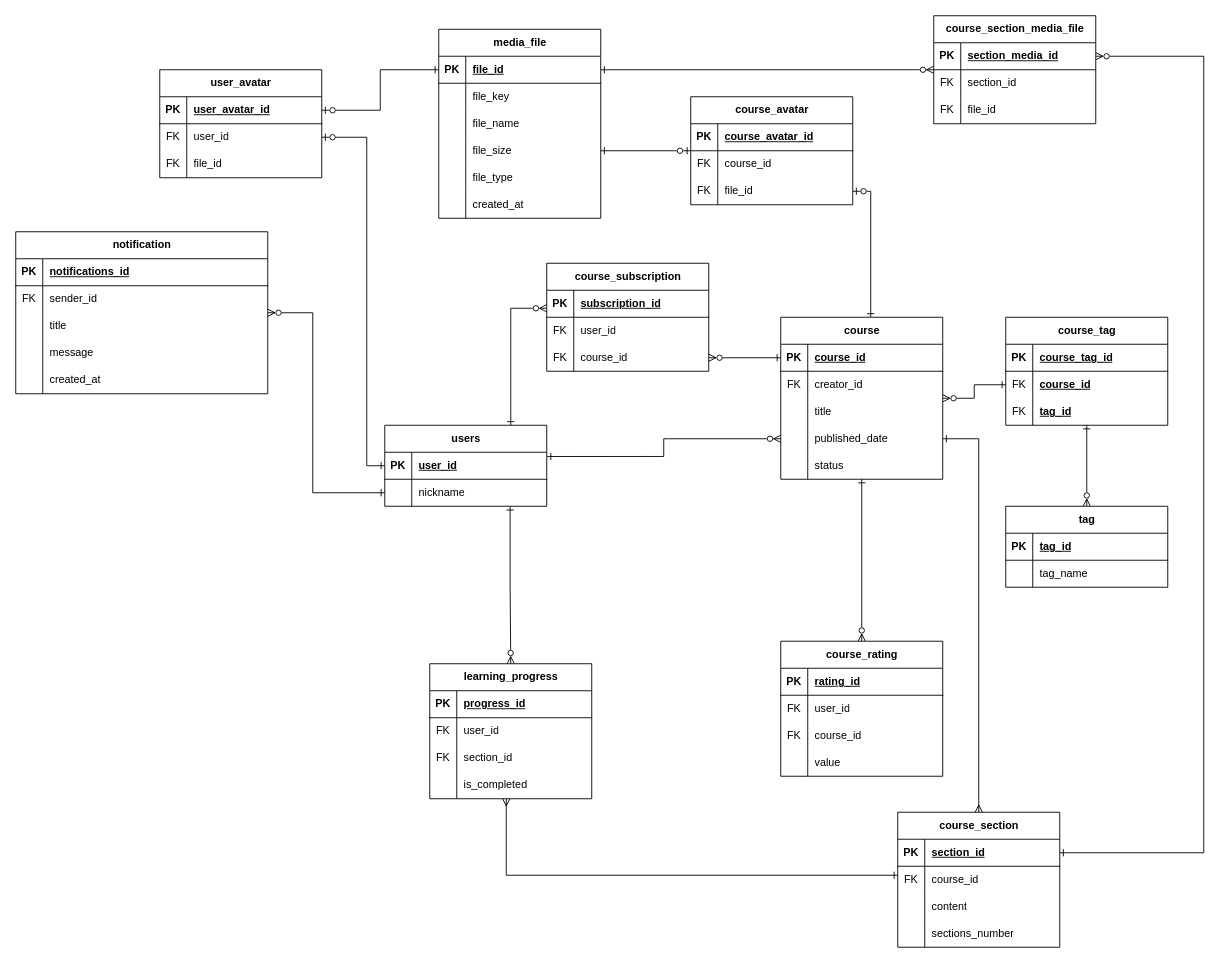
Before: diagrams/ER диаграмма (Entity Relations diagram)/ER diagram.drawio in sahland/9.5-Team, a draw.io diagram. Source tidied: cells renumbered, new cells numbered last; positions are measured from the earlier drawing's top-left corner, leaving out a move shared by most shapes. Both pictures are drawn from the tidied source at 90%, with x=0, y=0 at pixel (15, 15).
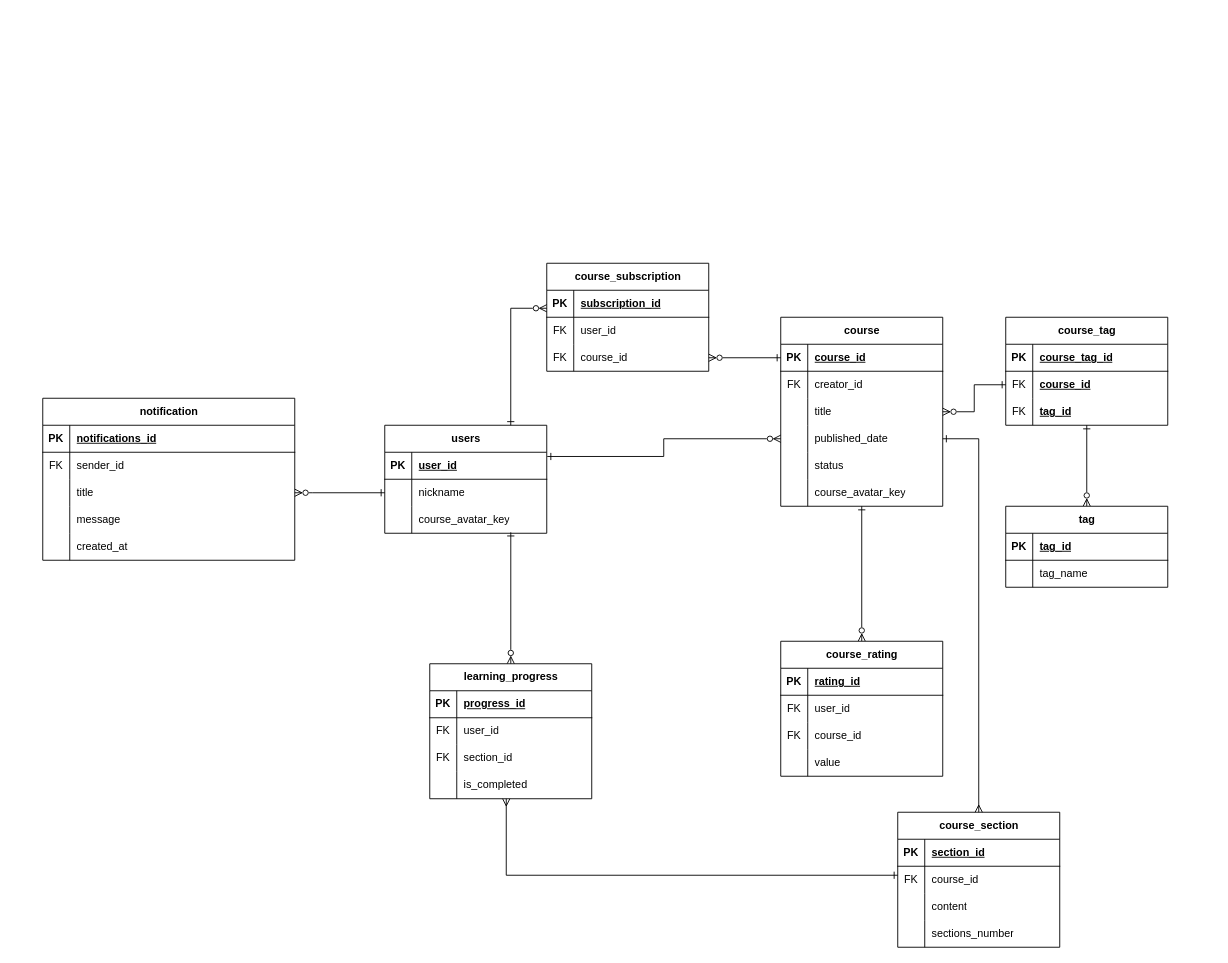
The same page after the edit.

Unchanged cells that the change refers to:
```xml
<mxCell id="5" style="shape=tableRow;horizontal=0;startSize=0;swimlaneHead=0;swimlaneBody=0;fillColor=none;points=[[0,0.5],[1,0.5]];portConstraint=eastwest;top=0;left=0;right=0;bottom=1;" parent="4" vertex="1">
  <mxGeometry y="30" width="180" height="30" as="geometry" />
</mxCell>
<mxCell id="8" style="shape=tableRow;horizontal=0;startSize=0;swimlaneHead=0;swimlaneBody=0;fillColor=none;points=[[0,0.5],[1,0.5]];portConstraint=eastwest;top=0;left=0;right=0;bottom=0;" parent="4" vertex="1">
  <mxGeometry y="60" width="180" height="30" as="geometry" />
</mxCell>
<mxCell id="32" style="shape=tableRow;horizontal=0;startSize=0;swimlaneHead=0;swimlaneBody=0;fillColor=none;points=[[0,0.5],[1,0.5]];portConstraint=eastwest;top=0;left=0;right=0;bottom=1;" parent="31" vertex="1">
  <mxGeometry y="30" width="180" height="30" as="geometry" />
</mxCell>
<mxCell id="67" value="learning_progress" style="shape=table;startSize=30;childLayout=tableLayout;rowLines=0;fontStyle=1;align=center;html=1;" parent="1" vertex="1">
  <mxGeometry x="460" y="720" width="180" height="150" as="geometry" />
</mxCell>
<mxCell id="123" style="shape=tableRow;horizontal=0;startSize=0;swimlaneHead=0;swimlaneBody=0;fillColor=none;points=[[0,0.5],[1,0.5]];portConstraint=eastwest;top=0;left=0;right=0;bottom=0;" parent="116" vertex="1">
  <mxGeometry y="90" width="280" height="30" as="geometry" />
</mxCell>
```

Diff of the diagram source:
```diff
@@
-    <mxCell id="2" style="edgeStyle=orthogonalEdgeStyle;rounded=0;jettySize=auto;html=1;startArrow=ERone;startFill=0;endArrow=ERzeroToMany;endFill=0;exitX=0.774;exitY=1.007;exitDx=0;exitDy=0;exitPerimeter=0;" parent="1" edge="1" source="8" target="67">
+    <mxCell id="2" style="edgeStyle=orthogonalEdgeStyle;rounded=0;jettySize=auto;html=1;startArrow=ERone;startFill=0;endArrow=ERzeroToMany;endFill=0;exitX=0.778;exitY=0.967;exitDx=0;exitDy=0;exitPerimeter=0;" parent="1" edge="1" source="172" target="67">
       <mxGeometry relative="1" as="geometry" />
     </mxCell>
-    <mxCell id="3" style="edgeStyle=orthogonalEdgeStyle;rounded=0;jettySize=auto;html=1;startArrow=ERone;startFill=0;endArrow=ERzeroToOne;endFill=0;entryX=1;entryY=0.5;entryDx=0;entryDy=0;exitX=0;exitY=0.5;exitDx=0;exitDy=0;" parent="1" edge="1" source="5" target="165">
-      <mxGeometry relative="1" as="geometry">
-        <Array as="points">
-          <mxPoint x="390" y="500" />
-        </Array>
-      </mxGeometry>
-    </mxCell>
     <mxCell id="4" value="users" style="shape=table;startSize=30;childLayout=tableLayout;rowLines=0;fontStyle=1;align=center;html=1;" parent="1" vertex="1">
-      <mxGeometry x="410" y="455" width="180" height="90" as="geometry" />
+      <mxGeometry x="410" y="455" width="180" height="120" as="geometry" />
     </mxCell>
@@
+    <mxCell id="172" style="shape=tableRow;horizontal=0;startSize=0;swimlaneHead=0;swimlaneBody=0;fillColor=none;points=[[0,0.5],[1,0.5]];portConstraint=eastwest;top=0;left=0;right=0;bottom=0;" parent="4" vertex="1">
+      <mxGeometry y="90" width="180" height="30" as="geometry" />
+    </mxCell>
+    <mxCell id="173" style="shape=partialRectangle;fillColor=none;top=0;left=0;bottom=0;right=0;overflow=hidden;whiteSpace=wrap;html=1;" parent="172" vertex="1">
+      <mxGeometry width="30" height="30" as="geometry" />
+    </mxCell>
+    <mxCell id="174" value="course_avatar_key" style="shape=partialRectangle;fillColor=none;top=0;left=0;bottom=0;right=0;align=left;spacingLeft=6;overflow=hidden;whiteSpace=wrap;html=1;" parent="172" vertex="1">
+      <mxGeometry x="30" width="150" height="30" as="geometry" />
+    </mxCell>
@@
-    <mxCell id="14" style="edgeStyle=orthogonalEdgeStyle;rounded=0;jettySize=auto;html=1;entryX=1;entryY=0.5;entryDx=0;entryDy=0;endArrow=ERzeroToOne;endFill=0;startArrow=ERone;startFill=0;" parent="1" edge="1" source="15" target="158">
-      <mxGeometry relative="1" as="geometry">
-        <Array as="points">
-          <mxPoint x="950" y="195" />
-        </Array>
-      </mxGeometry>
-    </mxCell>
     <mxCell id="15" value="course" style="shape=table;startSize=30;childLayout=tableLayout;rowLines=0;fontStyle=1;align=center;html=1;" parent="1" vertex="1">
-      <mxGeometry x="850" y="335" width="180" height="180" as="geometry" />
+      <mxGeometry x="850" y="335" width="180" height="210" as="geometry" />
     </mxCell>
@@
+    <mxCell id="100" style="shape=tableRow;horizontal=0;startSize=0;swimlaneHead=0;swimlaneBody=0;fillColor=none;top=0;left=0;right=0;bottom=0;" parent="15" vertex="1">
+      <mxGeometry y="180" width="180" height="30" as="geometry" />
+    </mxCell>
+    <mxCell id="175" style="shape=partialRectangle;fillColor=none;top=0;left=0;bottom=0;right=0;overflow=hidden;whiteSpace=wrap;html=1;" parent="100" vertex="1">
+      <mxGeometry width="30" height="30" as="geometry" />
+    </mxCell>
+    <mxCell id="176" value="course_avatar_key" style="shape=partialRectangle;fillColor=none;top=0;left=0;bottom=0;right=0;align=left;spacingLeft=6;overflow=hidden;whiteSpace=wrap;html=1;" parent="100" vertex="1">
+      <mxGeometry x="30" width="150" height="30" as="geometry" />
+    </mxCell>
@@
-    <mxCell id="84" value="media_file" style="shape=table;startSize=30;childLayout=tableLayout;rowLines=0;fontStyle=1;align=center;html=1;" parent="1" vertex="1">
-      <mxGeometry x="470" y="15" width="180" height="210" as="geometry" />
-    </mxCell>
-    <mxCell id="85" style="shape=tableRow;horizontal=0;startSize=0;swimlaneHead=0;swimlaneBody=0;fillColor=none;points=[[0,0.5],[1,0.5]];portConstraint=eastwest;top=0;left=0;right=0;bottom=1;" parent="84" vertex="1">
-      <mxGeometry y="30" width="180" height="30" as="geometry" />
-    </mxCell>
-    <mxCell id="86" value="PK" style="shape=partialRectangle;fillColor=none;top=0;left=0;bottom=0;right=0;fontStyle=1;overflow=hidden;whiteSpace=wrap;html=1;" parent="85" vertex="1">
-      <mxGeometry width="30" height="30" as="geometry" />
-    </mxCell>
-    <mxCell id="87" value="&lt;div style=&quot;&quot;&gt;file_id&lt;/div&gt;" style="shape=partialRectangle;fillColor=none;top=0;left=0;bottom=0;right=0;align=left;spacingLeft=6;fontStyle=5;overflow=hidden;whiteSpace=wrap;html=1;" parent="85" vertex="1">
-      <mxGeometry x="30" width="150" height="30" as="geometry" />
-    </mxCell>
-    <mxCell id="88" style="shape=tableRow;horizontal=0;startSize=0;swimlaneHead=0;swimlaneBody=0;fillColor=none;top=0;left=0;right=0;bottom=0;" parent="84" vertex="1">
-      <mxGeometry y="60" width="180" height="30" as="geometry" />
-    </mxCell>
-    <mxCell id="89" style="shape=partialRectangle;fillColor=none;top=0;left=0;bottom=0;right=0;overflow=hidden;whiteSpace=wrap;html=1;" parent="88" vertex="1">
-      <mxGeometry width="30" height="30" as="geometry" />
-    </mxCell>
-    <mxCell id="90" value="file_key" style="shape=partialRectangle;fillColor=none;top=0;left=0;bottom=0;right=0;align=left;spacingLeft=6;overflow=hidden;whiteSpace=wrap;html=1;" parent="88" vertex="1">
-      <mxGeometry x="30" width="150" height="30" as="geometry" />
-    </mxCell>
-    <mxCell id="91" style="shape=tableRow;horizontal=0;startSize=0;swimlaneHead=0;swimlaneBody=0;fillColor=none;top=0;left=0;right=0;bottom=0;" parent="84" vertex="1">
-      <mxGeometry y="90" width="180" height="30" as="geometry" />
-    </mxCell>
-    <mxCell id="92" style="shape=partialRectangle;fillColor=none;top=0;left=0;bottom=0;right=0;overflow=hidden;whiteSpace=wrap;html=1;" parent="91" vertex="1">
-      <mxGeometry width="30" height="30" as="geometry" />
-    </mxCell>
-    <mxCell id="93" value="file_name" style="shape=partialRectangle;fillColor=none;top=0;left=0;bottom=0;right=0;align=left;spacingLeft=6;overflow=hidden;whiteSpace=wrap;html=1;" parent="91" vertex="1">
-      <mxGeometry x="30" width="150" height="30" as="geometry" />
-    </mxCell>
-    <mxCell id="94" style="shape=tableRow;horizontal=0;startSize=0;swimlaneHead=0;swimlaneBody=0;fillColor=none;points=[[0,0.5],[1,0.5]];portConstraint=eastwest;top=0;left=0;right=0;bottom=0;" parent="84" vertex="1">
-      <mxGeometry y="120" width="180" height="30" as="geometry" />
-    </mxCell>
-    <mxCell id="95" style="shape=partialRectangle;fillColor=none;top=0;left=0;bottom=0;right=0;overflow=hidden;whiteSpace=wrap;html=1;" parent="94" vertex="1">
-      <mxGeometry width="30" height="30" as="geometry" />
-    </mxCell>
-    <mxCell id="96" value="file_size" style="shape=partialRectangle;fillColor=none;top=0;left=0;bottom=0;right=0;align=left;spacingLeft=6;overflow=hidden;whiteSpace=wrap;html=1;" parent="94" vertex="1">
-      <mxGeometry x="30" width="150" height="30" as="geometry" />
-    </mxCell>
-    <mxCell id="97" style="shape=tableRow;horizontal=0;startSize=0;swimlaneHead=0;swimlaneBody=0;fillColor=none;top=0;left=0;right=0;bottom=0;" parent="84" vertex="1">
-      <mxGeometry y="150" width="180" height="30" as="geometry" />
-    </mxCell>
-    <mxCell id="98" style="shape=partialRectangle;fillColor=none;top=0;left=0;bottom=0;right=0;overflow=hidden;whiteSpace=wrap;html=1;" parent="97" vertex="1">
-      <mxGeometry width="30" height="30" as="geometry" />
-    </mxCell>
-    <mxCell id="99" value="file_type" style="shape=partialRectangle;fillColor=none;top=0;left=0;bottom=0;right=0;align=left;spacingLeft=6;overflow=hidden;whiteSpace=wrap;html=1;" parent="97" vertex="1">
-      <mxGeometry x="30" width="150" height="30" as="geometry" />
-    </mxCell>
-    <mxCell id="100" style="shape=tableRow;horizontal=0;startSize=0;swimlaneHead=0;swimlaneBody=0;fillColor=none;top=0;left=0;right=0;bottom=0;" parent="84" vertex="1">
-      <mxGeometry y="180" width="180" height="30" as="geometry" />
-    </mxCell>
-    <mxCell id="101" style="shape=partialRectangle;fillColor=none;top=0;left=0;bottom=0;right=0;overflow=hidden;whiteSpace=wrap;html=1;" parent="100" vertex="1">
-      <mxGeometry width="30" height="30" as="geometry" />
-    </mxCell>
-    <mxCell id="102" value="created_at" style="shape=partialRectangle;fillColor=none;top=0;left=0;bottom=0;right=0;align=left;spacingLeft=6;overflow=hidden;whiteSpace=wrap;html=1;" parent="100" vertex="1">
-      <mxGeometry x="30" width="150" height="30" as="geometry" />
-    </mxCell>
-    <mxCell id="103" value="course_section_media_file" style="shape=table;startSize=30;childLayout=tableLayout;rowLines=0;fontStyle=1;align=center;html=1;" parent="1" vertex="1">
-      <mxGeometry x="1020" width="180" height="120" as="geometry" />
-    </mxCell>
-    <mxCell id="104" style="shape=tableRow;horizontal=0;startSize=0;swimlaneHead=0;swimlaneBody=0;fillColor=none;points=[[0,0.5],[1,0.5]];portConstraint=eastwest;top=0;left=0;right=0;bottom=1;" parent="103" vertex="1">
-      <mxGeometry y="30" width="180" height="30" as="geometry" />
-    </mxCell>
-    <mxCell id="105" value="PK" style="shape=partialRectangle;fillColor=none;top=0;left=0;bottom=0;right=0;fontStyle=1;overflow=hidden;whiteSpace=wrap;html=1;" parent="104" vertex="1">
-      <mxGeometry width="30" height="30" as="geometry" />
-    </mxCell>
-    <mxCell id="106" value="&lt;div style=&quot;&quot;&gt;section_media_id&lt;br&gt;&lt;/div&gt;" style="shape=partialRectangle;fillColor=none;top=0;left=0;bottom=0;right=0;align=left;spacingLeft=6;fontStyle=5;overflow=hidden;whiteSpace=wrap;html=1;" parent="104" vertex="1">
-      <mxGeometry x="30" width="150" height="30" as="geometry" />
-    </mxCell>
-    <mxCell id="107" style="shape=tableRow;horizontal=0;startSize=0;swimlaneHead=0;swimlaneBody=0;fillColor=none;top=0;left=0;right=0;bottom=0;" parent="103" vertex="1">
-      <mxGeometry y="60" width="180" height="30" as="geometry" />
-    </mxCell>
-    <mxCell id="108" value="FK" style="shape=partialRectangle;fillColor=none;top=0;left=0;bottom=0;right=0;overflow=hidden;whiteSpace=wrap;html=1;" parent="107" vertex="1">
-      <mxGeometry width="30" height="30" as="geometry" />
-    </mxCell>
-    <mxCell id="109" value="section_id" style="shape=partialRectangle;fillColor=none;top=0;left=0;bottom=0;right=0;align=left;spacingLeft=6;overflow=hidden;whiteSpace=wrap;html=1;" parent="107" vertex="1">
-      <mxGeometry x="30" width="150" height="30" as="geometry" />
-    </mxCell>
-    <mxCell id="110" style="shape=tableRow;horizontal=0;startSize=0;swimlaneHead=0;swimlaneBody=0;fillColor=none;top=0;left=0;right=0;bottom=0;" parent="103" vertex="1">
-      <mxGeometry y="90" width="180" height="30" as="geometry" />
-    </mxCell>
-    <mxCell id="111" value="FK" style="shape=partialRectangle;fillColor=none;top=0;left=0;bottom=0;right=0;overflow=hidden;whiteSpace=wrap;html=1;" parent="110" vertex="1">
-      <mxGeometry width="30" height="30" as="geometry" />
-    </mxCell>
-    <mxCell id="112" value="file_id" style="shape=partialRectangle;fillColor=none;top=0;left=0;bottom=0;right=0;align=left;spacingLeft=6;overflow=hidden;whiteSpace=wrap;html=1;" parent="110" vertex="1">
-      <mxGeometry x="30" width="150" height="30" as="geometry" />
-    </mxCell>
-    <mxCell id="113" style="rounded=0;jettySize=auto;html=1;startArrow=ERone;startFill=0;endArrow=ERzeroToMany;endFill=0;edgeStyle=orthogonalEdgeStyle;entryX=1;entryY=0.5;entryDx=0;entryDy=0;" parent="1" edge="1" source="32" target="104">
-      <mxGeometry relative="1" as="geometry">
-        <Array as="points">
-          <mxPoint x="1320" y="930" />
-          <mxPoint x="1320" y="45" />
-        </Array>
-      </mxGeometry>
-    </mxCell>
-    <mxCell id="114" style="edgeStyle=orthogonalEdgeStyle;rounded=0;jettySize=auto;html=1;startArrow=ERzeroToMany;startFill=0;endArrow=ERone;endFill=0;entryX=1;entryY=0.5;entryDx=0;entryDy=0;" parent="1" edge="1" source="103" target="85">
-      <mxGeometry relative="1" as="geometry" />
-    </mxCell>
-    <mxCell id="115" style="edgeStyle=orthogonalEdgeStyle;rounded=0;jettySize=auto;html=1;entryX=0;entryY=0.5;entryDx=0;entryDy=0;startArrow=ERzeroToMany;startFill=0;endArrow=ERone;endFill=0;" parent="1" edge="1" source="116" target="8">
+    <mxCell id="115" style="edgeStyle=orthogonalEdgeStyle;rounded=0;jettySize=auto;html=1;entryX=0;entryY=0.5;entryDx=0;entryDy=0;startArrow=ERzeroToMany;startFill=0;endArrow=ERone;endFill=0;exitX=1;exitY=0.5;exitDx=0;exitDy=0;" parent="1" edge="1" source="123" target="8">
       <mxGeometry relative="1" as="geometry">
         <Array as="points">
-          <mxPoint x="330" y="330" />
+          <mxPoint x="330" y="530" />
           <mxPoint x="330" y="530" />
         </Array>
       </mxGeometry>
     </mxCell>
     <mxCell id="116" value="notification" style="shape=table;startSize=30;childLayout=tableLayout;rowLines=0;fontStyle=1;align=center;html=1;" parent="1" vertex="1">
-      <mxGeometry y="240" width="280" height="180" as="geometry" />
+      <mxGeometry x="30" y="425" width="280" height="180" as="geometry" />
     </mxCell>
@@
-    <mxCell id="150" style="edgeStyle=orthogonalEdgeStyle;rounded=0;jettySize=auto;html=1;entryX=1;entryY=0.5;entryDx=0;entryDy=0;endArrow=ERone;endFill=0;startArrow=ERzeroToOne;startFill=0;" parent="1" edge="1" source="151" target="94">
-      <mxGeometry relative="1" as="geometry" />
-    </mxCell>
-    <mxCell id="151" value="course_avatar" style="shape=table;startSize=30;childLayout=tableLayout;rowLines=0;fontStyle=1;align=center;html=1;" parent="1" vertex="1">
-      <mxGeometry x="750" y="90" width="180" height="120" as="geometry" />
-    </mxCell>
-    <mxCell id="152" style="shape=tableRow;horizontal=0;startSize=0;swimlaneHead=0;swimlaneBody=0;fillColor=none;top=0;left=0;right=0;bottom=1;" parent="151" vertex="1">
-      <mxGeometry y="30" width="180" height="30" as="geometry" />
-    </mxCell>
-    <mxCell id="153" value="PK" style="shape=partialRectangle;fillColor=none;top=0;left=0;bottom=0;right=0;fontStyle=1;overflow=hidden;whiteSpace=wrap;html=1;" parent="152" vertex="1">
-      <mxGeometry width="30" height="30" as="geometry" />
-    </mxCell>
-    <mxCell id="154" value="&lt;div style=&quot;&quot;&gt;&lt;span style=&quot;text-align: center; text-wrap: nowrap; background-color: initial;&quot;&gt;course_avatar&lt;/span&gt;_id&lt;br&gt;&lt;/div&gt;" style="shape=partialRectangle;fillColor=none;top=0;left=0;bottom=0;right=0;align=left;spacingLeft=6;fontStyle=5;overflow=hidden;whiteSpace=wrap;html=1;" parent="152" vertex="1">
-      <mxGeometry x="30" width="150" height="30" as="geometry" />
-    </mxCell>
-    <mxCell id="155" style="shape=tableRow;horizontal=0;startSize=0;swimlaneHead=0;swimlaneBody=0;fillColor=none;top=0;left=0;right=0;bottom=0;" parent="151" vertex="1">
-      <mxGeometry y="60" width="180" height="30" as="geometry" />
-    </mxCell>
-    <mxCell id="156" value="FK" style="shape=partialRectangle;fillColor=none;top=0;left=0;bottom=0;right=0;overflow=hidden;whiteSpace=wrap;html=1;" parent="155" vertex="1">
-      <mxGeometry width="30" height="30" as="geometry" />
-    </mxCell>
-    <mxCell id="157" value="course_id" style="shape=partialRectangle;fillColor=none;top=0;left=0;bottom=0;right=0;align=left;spacingLeft=6;overflow=hidden;whiteSpace=wrap;html=1;" parent="155" vertex="1">
-      <mxGeometry x="30" width="150" height="30" as="geometry" />
-    </mxCell>
-    <mxCell id="158" style="shape=tableRow;horizontal=0;startSize=0;swimlaneHead=0;swimlaneBody=0;fillColor=none;points=[[0,0.5],[1,0.5]];portConstraint=eastwest;top=0;left=0;right=0;bottom=0;" parent="151" vertex="1">
-      <mxGeometry y="90" width="180" height="30" as="geometry" />
-    </mxCell>
-    <mxCell id="159" value="FK" style="shape=partialRectangle;fillColor=none;top=0;left=0;bottom=0;right=0;overflow=hidden;whiteSpace=wrap;html=1;" parent="158" vertex="1">
-      <mxGeometry width="30" height="30" as="geometry" />
-    </mxCell>
-    <mxCell id="160" value="file_id" style="shape=partialRectangle;fillColor=none;top=0;left=0;bottom=0;right=0;align=left;spacingLeft=6;overflow=hidden;whiteSpace=wrap;html=1;" parent="158" vertex="1">
-      <mxGeometry x="30" width="150" height="30" as="geometry" />
-    </mxCell>
-    <mxCell id="161" value="user_avatar" style="shape=table;startSize=30;childLayout=tableLayout;rowLines=0;fontStyle=1;align=center;html=1;" parent="1" vertex="1">
-      <mxGeometry x="160" y="60" width="180" height="120" as="geometry" />
-    </mxCell>
-    <mxCell id="162" style="shape=tableRow;horizontal=0;startSize=0;swimlaneHead=0;swimlaneBody=0;fillColor=none;points=[[0,0.5],[1,0.5]];portConstraint=eastwest;top=0;left=0;right=0;bottom=1;" parent="161" vertex="1">
-      <mxGeometry y="30" width="180" height="30" as="geometry" />
-    </mxCell>
-    <mxCell id="163" value="PK" style="shape=partialRectangle;fillColor=none;top=0;left=0;bottom=0;right=0;fontStyle=1;overflow=hidden;whiteSpace=wrap;html=1;" parent="162" vertex="1">
-      <mxGeometry width="30" height="30" as="geometry" />
-    </mxCell>
-    <mxCell id="164" value="&lt;div style=&quot;&quot;&gt;&lt;span style=&quot;text-align: center; text-wrap: nowrap; background-color: initial;&quot;&gt;user_avatar&lt;/span&gt;_id&lt;br&gt;&lt;/div&gt;" style="shape=partialRectangle;fillColor=none;top=0;left=0;bottom=0;right=0;align=left;spacingLeft=6;fontStyle=5;overflow=hidden;whiteSpace=wrap;html=1;" parent="162" vertex="1">
-      <mxGeometry x="30" width="150" height="30" as="geometry" />
-    </mxCell>
-    <mxCell id="165" style="shape=tableRow;horizontal=0;startSize=0;swimlaneHead=0;swimlaneBody=0;fillColor=none;points=[[0,0.5],[1,0.5]];portConstraint=eastwest;top=0;left=0;right=0;bottom=0;" parent="161" vertex="1">
-      <mxGeometry y="60" width="180" height="30" as="geometry" />
-    </mxCell>
-    <mxCell id="166" value="FK" style="shape=partialRectangle;fillColor=none;top=0;left=0;bottom=0;right=0;overflow=hidden;whiteSpace=wrap;html=1;" parent="165" vertex="1">
-      <mxGeometry width="30" height="30" as="geometry" />
-    </mxCell>
-    <mxCell id="167" value="user_id" style="shape=partialRectangle;fillColor=none;top=0;left=0;bottom=0;right=0;align=left;spacingLeft=6;overflow=hidden;whiteSpace=wrap;html=1;" parent="165" vertex="1">
-      <mxGeometry x="30" width="150" height="30" as="geometry" />
-    </mxCell>
-    <mxCell id="168" style="shape=tableRow;horizontal=0;startSize=0;swimlaneHead=0;swimlaneBody=0;fillColor=none;top=0;left=0;right=0;bottom=0;" parent="161" vertex="1">
-      <mxGeometry y="90" width="180" height="30" as="geometry" />
-    </mxCell>
-    <mxCell id="169" value="FK" style="shape=partialRectangle;fillColor=none;top=0;left=0;bottom=0;right=0;overflow=hidden;whiteSpace=wrap;html=1;" parent="168" vertex="1">
-      <mxGeometry width="30" height="30" as="geometry" />
-    </mxCell>
-    <mxCell id="170" value="file_id" style="shape=partialRectangle;fillColor=none;top=0;left=0;bottom=0;right=0;align=left;spacingLeft=6;overflow=hidden;whiteSpace=wrap;html=1;" parent="168" vertex="1">
-      <mxGeometry x="30" width="150" height="30" as="geometry" />
-    </mxCell>
-    <mxCell id="171" style="edgeStyle=orthogonalEdgeStyle;rounded=0;jettySize=auto;html=1;entryX=0;entryY=0.5;entryDx=0;entryDy=0;endArrow=ERone;endFill=0;startArrow=ERzeroToOne;startFill=0;exitX=1;exitY=0.5;exitDx=0;exitDy=0;" parent="1" edge="1" source="162" target="85">
-      <mxGeometry relative="1" as="geometry" />
-    </mxCell>
```
